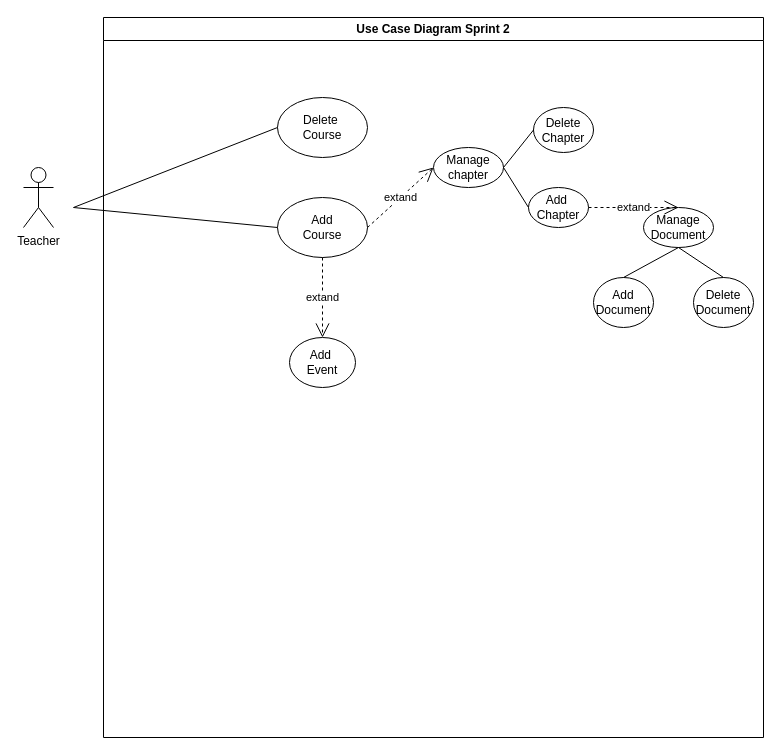
Before: use case course.drawio in faresUnderScore999/test1.0, a draw.io diagram. Source tidied: cells renumbered, new cells numbered last; positions are measured from the earlier drawing's top-left corner, leaving out a move shared by most shapes. Both pictures are drawn from the tidied source at 100%, with x=0, y=0 at pixel (23, 17).
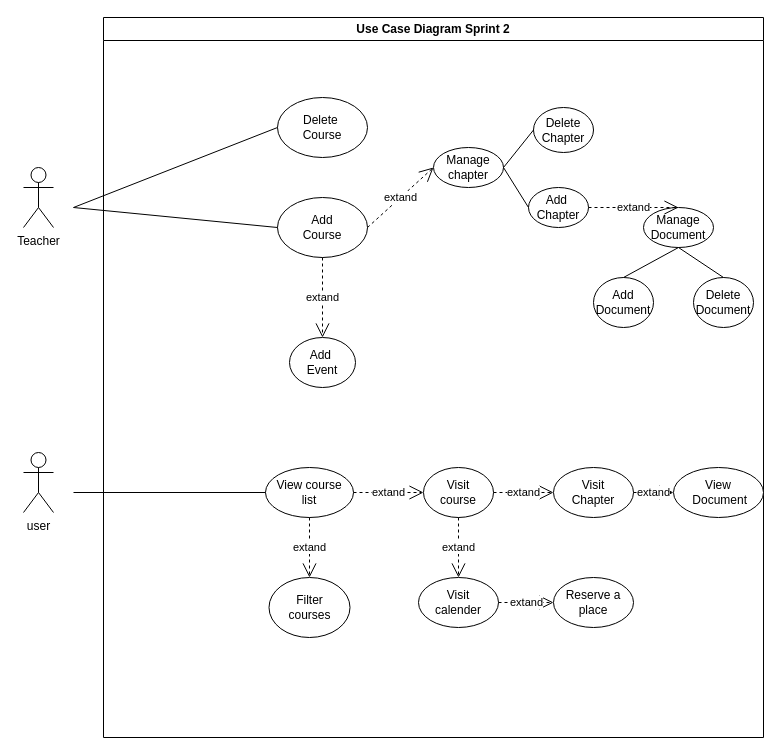
Above is the later version.

Commit message (it also covers changes not shown here):
Mettre à jour use case course.drawio

The change refers to these unchanged cells:
```xml
<mxCell id="2" value="Use Case Diagram Sprint 2" style="swimlane;whiteSpace=wrap;html=1;" parent="1" vertex="1">
  <mxGeometry x="80" width="660" height="720" as="geometry" />
</mxCell>
```

The edit, as a diff of the source:
```diff
@@
+    <mxCell id="22" value="View course&lt;div&gt;list&lt;/div&gt;" style="ellipse;whiteSpace=wrap;html=1;" parent="2" vertex="1">
+      <mxGeometry x="162" y="450" width="88" height="50" as="geometry" />
+    </mxCell>
+    <mxCell id="23" value="Filter&lt;div&gt;courses&lt;/div&gt;" style="ellipse;whiteSpace=wrap;html=1;" parent="2" vertex="1">
+      <mxGeometry x="165.5" y="560" width="81" height="60" as="geometry" />
+    </mxCell>
+    <mxCell id="24" value="extand" style="endArrow=open;endSize=12;dashed=1;html=1;rounded=0;exitX=0.5;exitY=1;exitDx=0;exitDy=0;entryX=0.5;entryY=0;entryDx=0;entryDy=0;" parent="2" edge="1" source="22" target="23">
+      <mxGeometry relative="1" as="geometry" />
+    </mxCell>
+    <mxCell id="25" value="Visit&lt;div&gt;course&lt;/div&gt;" style="ellipse;whiteSpace=wrap;html=1;" parent="2" vertex="1">
+      <mxGeometry x="320" y="450" width="70" height="50" as="geometry" />
+    </mxCell>
+    <mxCell id="26" value="extand" style="endArrow=open;endSize=12;dashed=1;html=1;rounded=0;exitX=1;exitY=0.5;exitDx=0;exitDy=0;entryX=0;entryY=0.5;entryDx=0;entryDy=0;" parent="2" edge="1" source="22" target="25">
+      <mxGeometry relative="1" as="geometry" />
+    </mxCell>
+    <mxCell id="27" style="endArrow=none;html=1;rounded=0;entryX=0;entryY=0.5;entryDx=0;entryDy=0;" parent="2" edge="1" target="22">
+      <mxGeometry relative="1" as="geometry">
+        <mxPoint x="-30" y="475" as="sourcePoint" />
+      </mxGeometry>
+    </mxCell>
+    <mxCell id="28" value="Visit&lt;div&gt;Chapter&lt;/div&gt;" style="ellipse;whiteSpace=wrap;html=1;" parent="2" vertex="1">
+      <mxGeometry x="450" y="450" width="80" height="50" as="geometry" />
+    </mxCell>
+    <mxCell id="29" value="extand" style="endArrow=open;endSize=12;dashed=1;html=1;rounded=0;exitX=1;exitY=0.5;exitDx=0;exitDy=0;entryX=0;entryY=0.5;entryDx=0;entryDy=0;" parent="2" edge="1" source="25" target="28">
+      <mxGeometry relative="1" as="geometry" />
+    </mxCell>
+    <mxCell id="30" value="View&lt;div&gt;&amp;nbsp;Document&lt;/div&gt;" style="ellipse;whiteSpace=wrap;html=1;" parent="2" vertex="1">
+      <mxGeometry x="570" y="450" width="90" height="50" as="geometry" />
+    </mxCell>
+    <mxCell id="31" value="extand" style="endArrow=open;endSize=12;dashed=1;html=1;rounded=0;exitX=1;exitY=0.5;exitDx=0;exitDy=0;entryX=0;entryY=0.5;entryDx=0;entryDy=0;" parent="2" edge="1" source="28" target="30">
+      <mxGeometry relative="1" as="geometry" />
+    </mxCell>
+    <mxCell id="32" value="Visit&lt;div&gt;calender&lt;/div&gt;" style="ellipse;whiteSpace=wrap;html=1;" parent="2" vertex="1">
+      <mxGeometry x="315" y="560" width="80" height="50" as="geometry" />
+    </mxCell>
+    <mxCell id="33" value="extand" style="endArrow=open;endSize=12;dashed=1;html=1;rounded=0;exitX=0.5;exitY=1;exitDx=0;exitDy=0;entryX=0.5;entryY=0;entryDx=0;entryDy=0;" parent="2" edge="1" source="25" target="32">
+      <mxGeometry relative="1" as="geometry" />
+    </mxCell>
+    <mxCell id="34" value="Reserve a&lt;div&gt;place&lt;/div&gt;" style="ellipse;whiteSpace=wrap;html=1;" parent="2" vertex="1">
+      <mxGeometry x="450" y="560" width="80" height="50" as="geometry" />
+    </mxCell>
+    <mxCell id="35" value="extand" style="endArrow=open;endSize=12;dashed=1;html=1;rounded=0;exitX=1;exitY=0.5;exitDx=0;exitDy=0;entryX=0;entryY=0.5;entryDx=0;entryDy=0;" parent="2" edge="1" source="32" target="34">
+      <mxGeometry relative="1" as="geometry" />
+    </mxCell>
@@
+    <mxCell id="36" value="user" style="shape=umlActor;verticalLabelPosition=bottom;verticalAlign=top;html=1;" parent="1" vertex="1">
+      <mxGeometry y="435" width="30" height="60" as="geometry" />
+    </mxCell>
```
